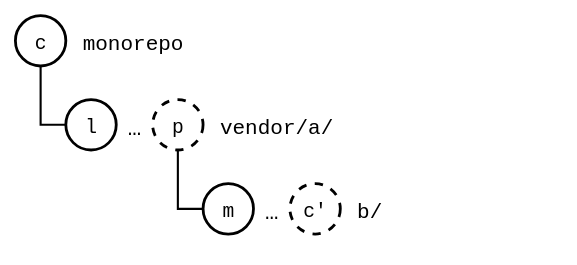
This is docs/09-scenarios/05-nested-splices/01-nested-splices/elsewhere-pushed.drawio.svg from roschaefer/git-splice, a draw.io export, as it was before one commit. Source tidied: cells renumbered, new cells last; positions are measured from the earlier drawing's top-left corner, leaving out a move shared by most shapes. The source it was exported from:
```xml
<mxGraphModel background="#ffffff">
  <root>
    <mxCell id="0" />
    <mxCell id="1" parent="0" />
    <mxCell id="2" value="c" style="ellipse;strokeWidth=2;fontSize=14;fontFamily=Roboto Mono,monospace;" parent="1" vertex="1">
      <mxGeometry width="36" height="36" as="geometry" />
    </mxCell>
    <mxCell id="3" value="monorepo" style="text;align=left;verticalAlign=middle;fontSize=15;fontFamily=Roboto Mono,monospace;tree=1;" parent="1" vertex="1">
      <mxGeometry x="46" width="192" height="36" as="geometry" />
    </mxCell>
    <mxCell id="4" value="l" style="ellipse;strokeWidth=2;fontSize=14;fontFamily=Roboto Mono,monospace;" parent="1" vertex="1">
      <mxGeometry x="36" y="60" width="36" height="36" as="geometry" />
    </mxCell>
    <mxCell id="5" value="…" style="text;align=center;verticalAlign=middle;fontSize=16;fontFamily=Roboto Mono,monospace;" parent="1" vertex="1">
      <mxGeometry x="74" y="60" width="22" height="36" as="geometry" />
    </mxCell>
    <mxCell id="6" value="p" style="ellipse;strokeWidth=2;fontSize=14;fontFamily=Roboto Mono,monospace;dashed=1;" parent="1" vertex="1">
      <mxGeometry x="98" y="60" width="36" height="36" as="geometry" />
    </mxCell>
    <mxCell id="7" value="vendor/a/" style="text;align=left;verticalAlign=middle;fontSize=15;fontFamily=Roboto Mono,monospace;" parent="1" vertex="1">
      <mxGeometry x="144" y="60" width="201" height="36" as="geometry" />
    </mxCell>
    <mxCell id="8" value="m" style="ellipse;strokeWidth=2;fontSize=14;fontFamily=Roboto Mono,monospace;" parent="1" vertex="1">
      <mxGeometry x="134" y="120" width="36" height="36" as="geometry" />
    </mxCell>
    <mxCell id="9" value="…" style="text;align=center;verticalAlign=middle;fontSize=16;fontFamily=Roboto Mono,monospace;" parent="1" vertex="1">
      <mxGeometry x="172" y="120" width="22" height="36" as="geometry" />
    </mxCell>
    <mxCell id="10" value="c'" style="ellipse;strokeWidth=2;fontSize=14;fontFamily=Roboto Mono,monospace;dashed=1;" parent="1" vertex="1">
      <mxGeometry x="196" y="120" width="36" height="36" as="geometry" />
    </mxCell>
    <mxCell id="11" value="b/" style="text;align=left;verticalAlign=middle;fontSize=15;fontFamily=Roboto Mono,monospace;" parent="1" vertex="1">
      <mxGeometry x="242" y="120" width="138" height="36" as="geometry" />
    </mxCell>
    <mxCell id="12" style="endArrow=none;strokeWidth=1.5;edgeStyle=orthogonalEdgeStyle;rounded=0;exitX=0.5;exitY=1;exitDx=0;exitDy=0;entryX=0;entryY=0.5;entryDx=0;entryDy=0;" parent="1" edge="1" source="2" target="4">
      <mxGeometry relative="1" as="geometry" />
    </mxCell>
    <mxCell id="13" style="endArrow=none;strokeWidth=1.5;edgeStyle=orthogonalEdgeStyle;rounded=0;exitX=0.5;exitY=1;exitDx=0;exitDy=0;entryX=0;entryY=0.5;entryDx=0;entryDy=0;" parent="1" edge="1" source="6" target="8">
      <mxGeometry relative="1" as="geometry" />
    </mxCell>
  </root>
</mxGraphModel>
```
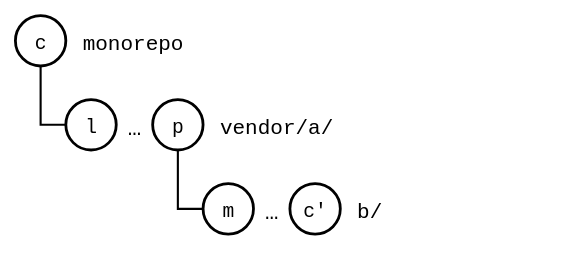
Later version of the same file.

The edit, as a diff of the source:
```diff
@@ -14,7 +14,7 @@
     <mxCell id="5" value="…" style="text;align=center;verticalAlign=middle;fontSize=16;fontFamily=Roboto Mono,monospace;" parent="1" vertex="1">
       <mxGeometry x="74" y="60" width="22" height="36" as="geometry" />
     </mxCell>
-    <mxCell id="6" value="p" style="ellipse;strokeWidth=2;fontSize=14;fontFamily=Roboto Mono,monospace;dashed=1;" parent="1" vertex="1">
+    <mxCell id="6" value="p" style="ellipse;strokeWidth=2;fontSize=14;fontFamily=Roboto Mono,monospace;" parent="1" vertex="1">
       <mxGeometry x="98" y="60" width="36" height="36" as="geometry" />
     </mxCell>
     <mxCell id="7" value="vendor/a/" style="text;align=left;verticalAlign=middle;fontSize=15;fontFamily=Roboto Mono,monospace;" parent="1" vertex="1">
@@ -26,7 +26,7 @@
     <mxCell id="9" value="…" style="text;align=center;verticalAlign=middle;fontSize=16;fontFamily=Roboto Mono,monospace;" parent="1" vertex="1">
       <mxGeometry x="172" y="120" width="22" height="36" as="geometry" />
     </mxCell>
-    <mxCell id="10" value="c'" style="ellipse;strokeWidth=2;fontSize=14;fontFamily=Roboto Mono,monospace;dashed=1;" parent="1" vertex="1">
+    <mxCell id="10" value="c'" style="ellipse;strokeWidth=2;fontSize=14;fontFamily=Roboto Mono,monospace;" parent="1" vertex="1">
       <mxGeometry x="196" y="120" width="36" height="36" as="geometry" />
     </mxCell>
     <mxCell id="11" value="b/" style="text;align=left;verticalAlign=middle;fontSize=15;fontFamily=Roboto Mono,monospace;" parent="1" vertex="1">
```
